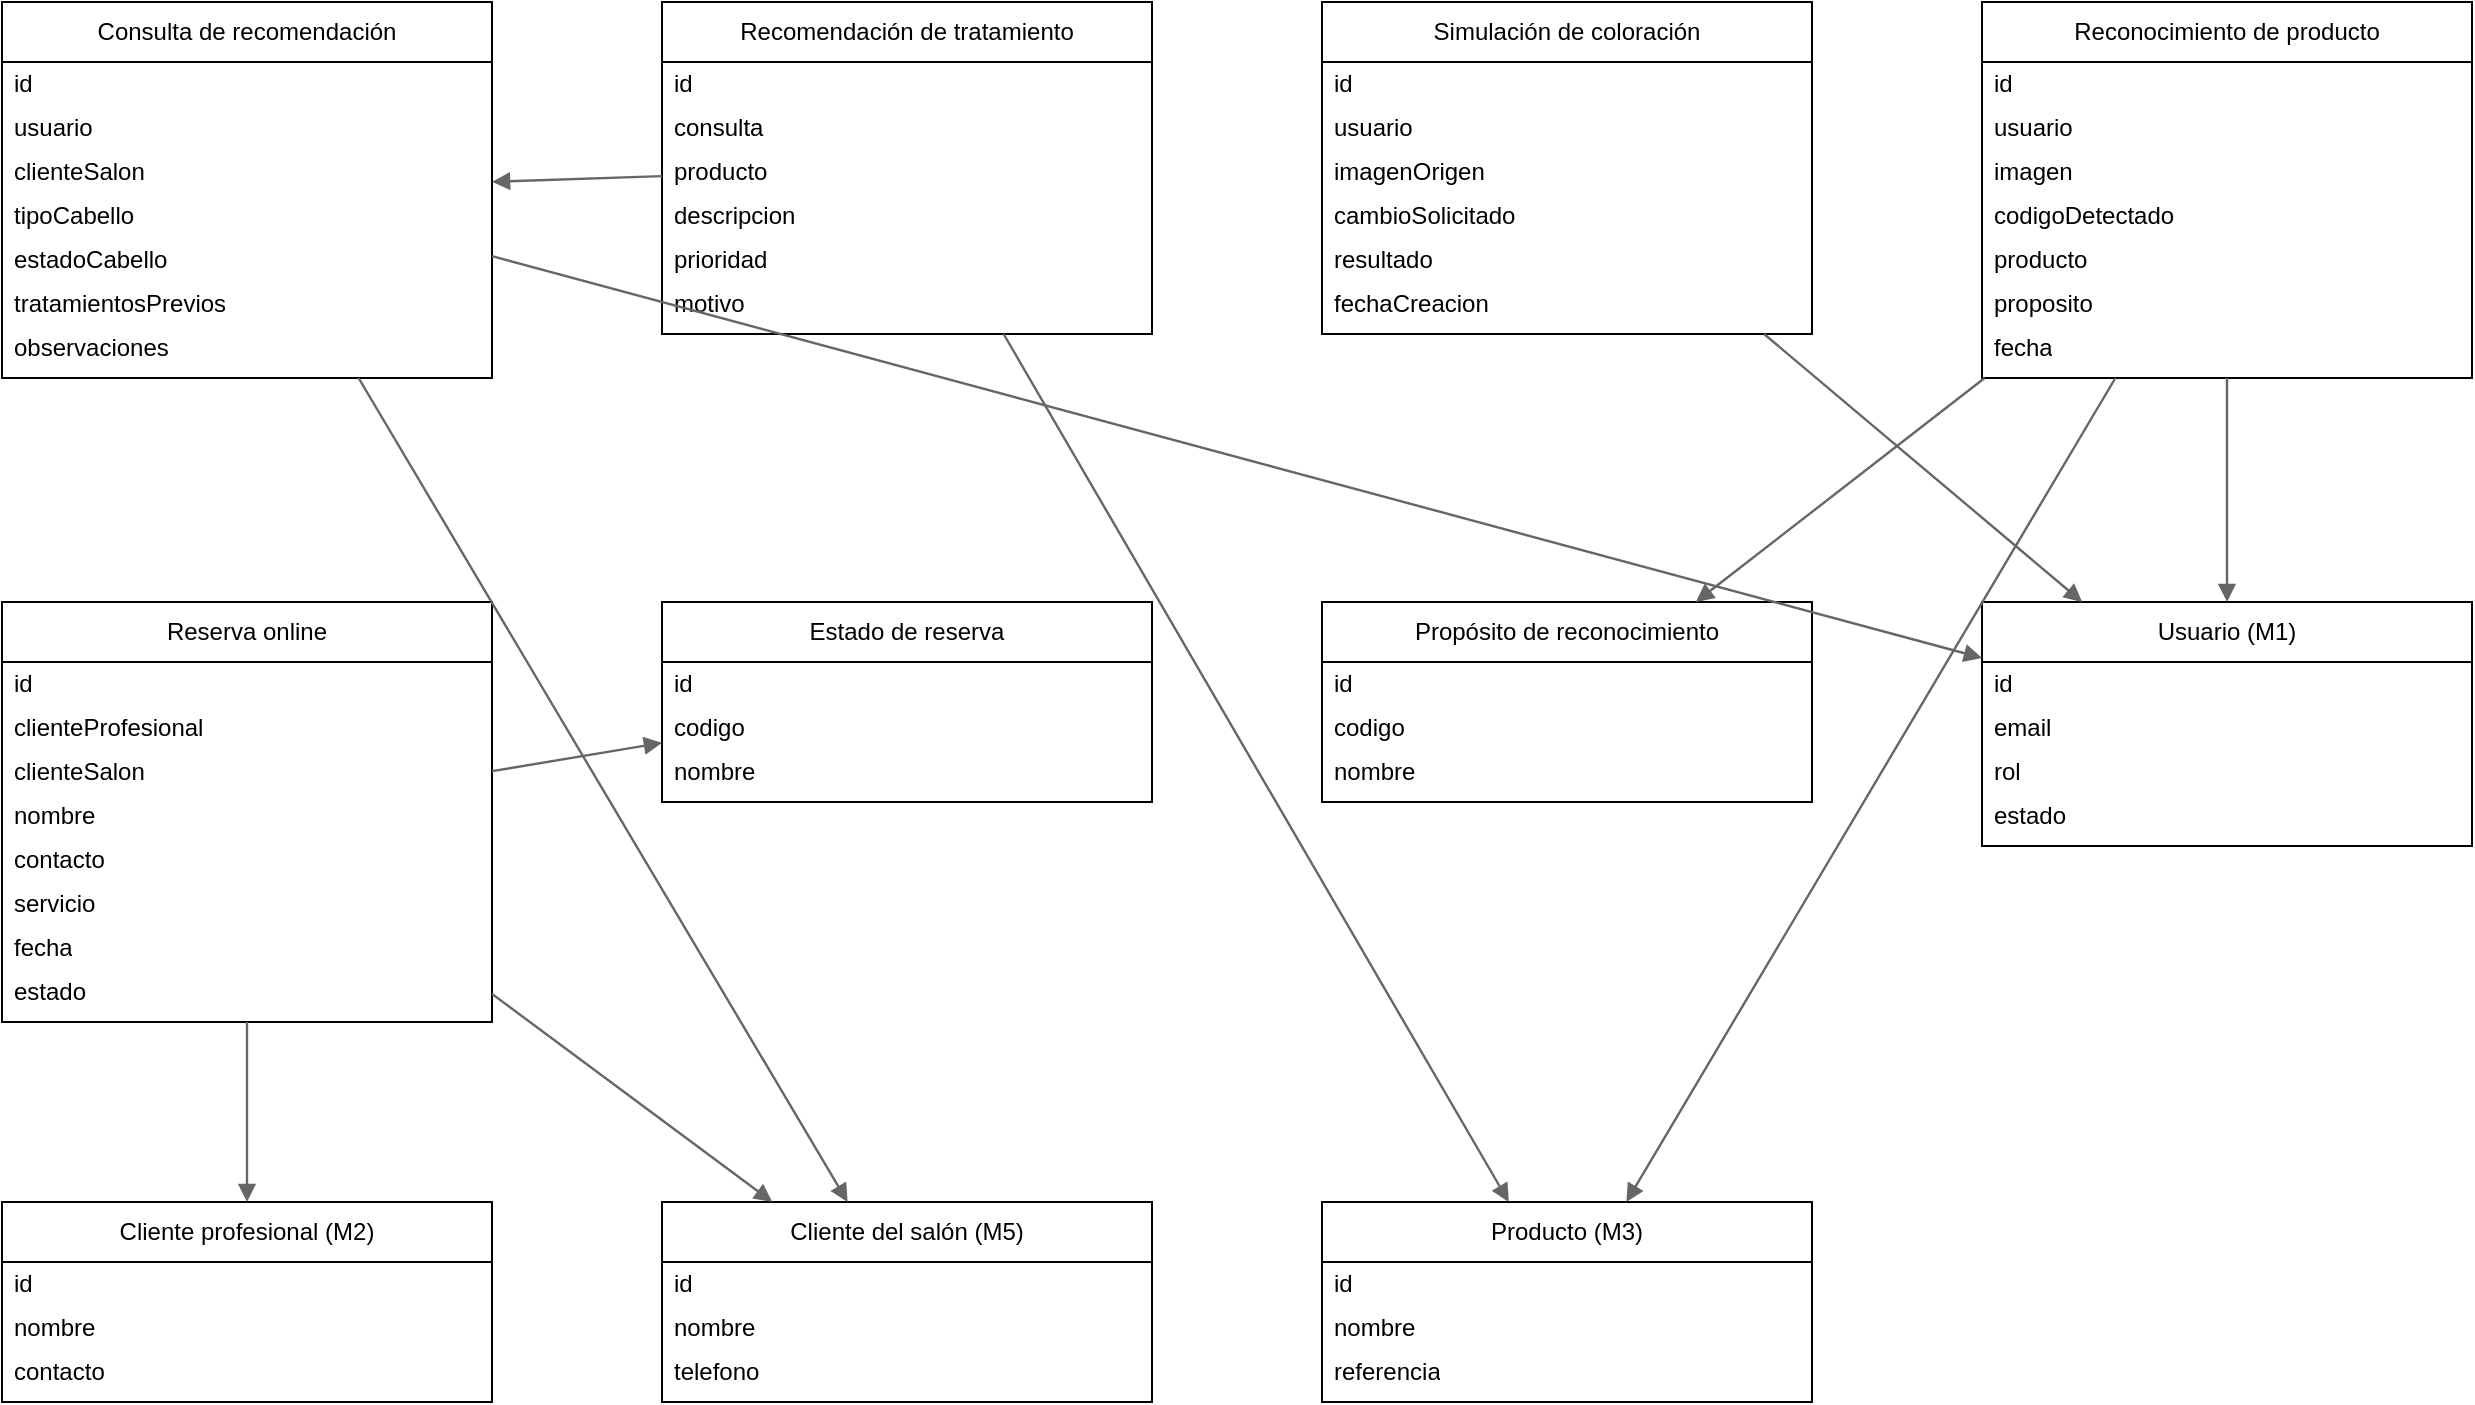
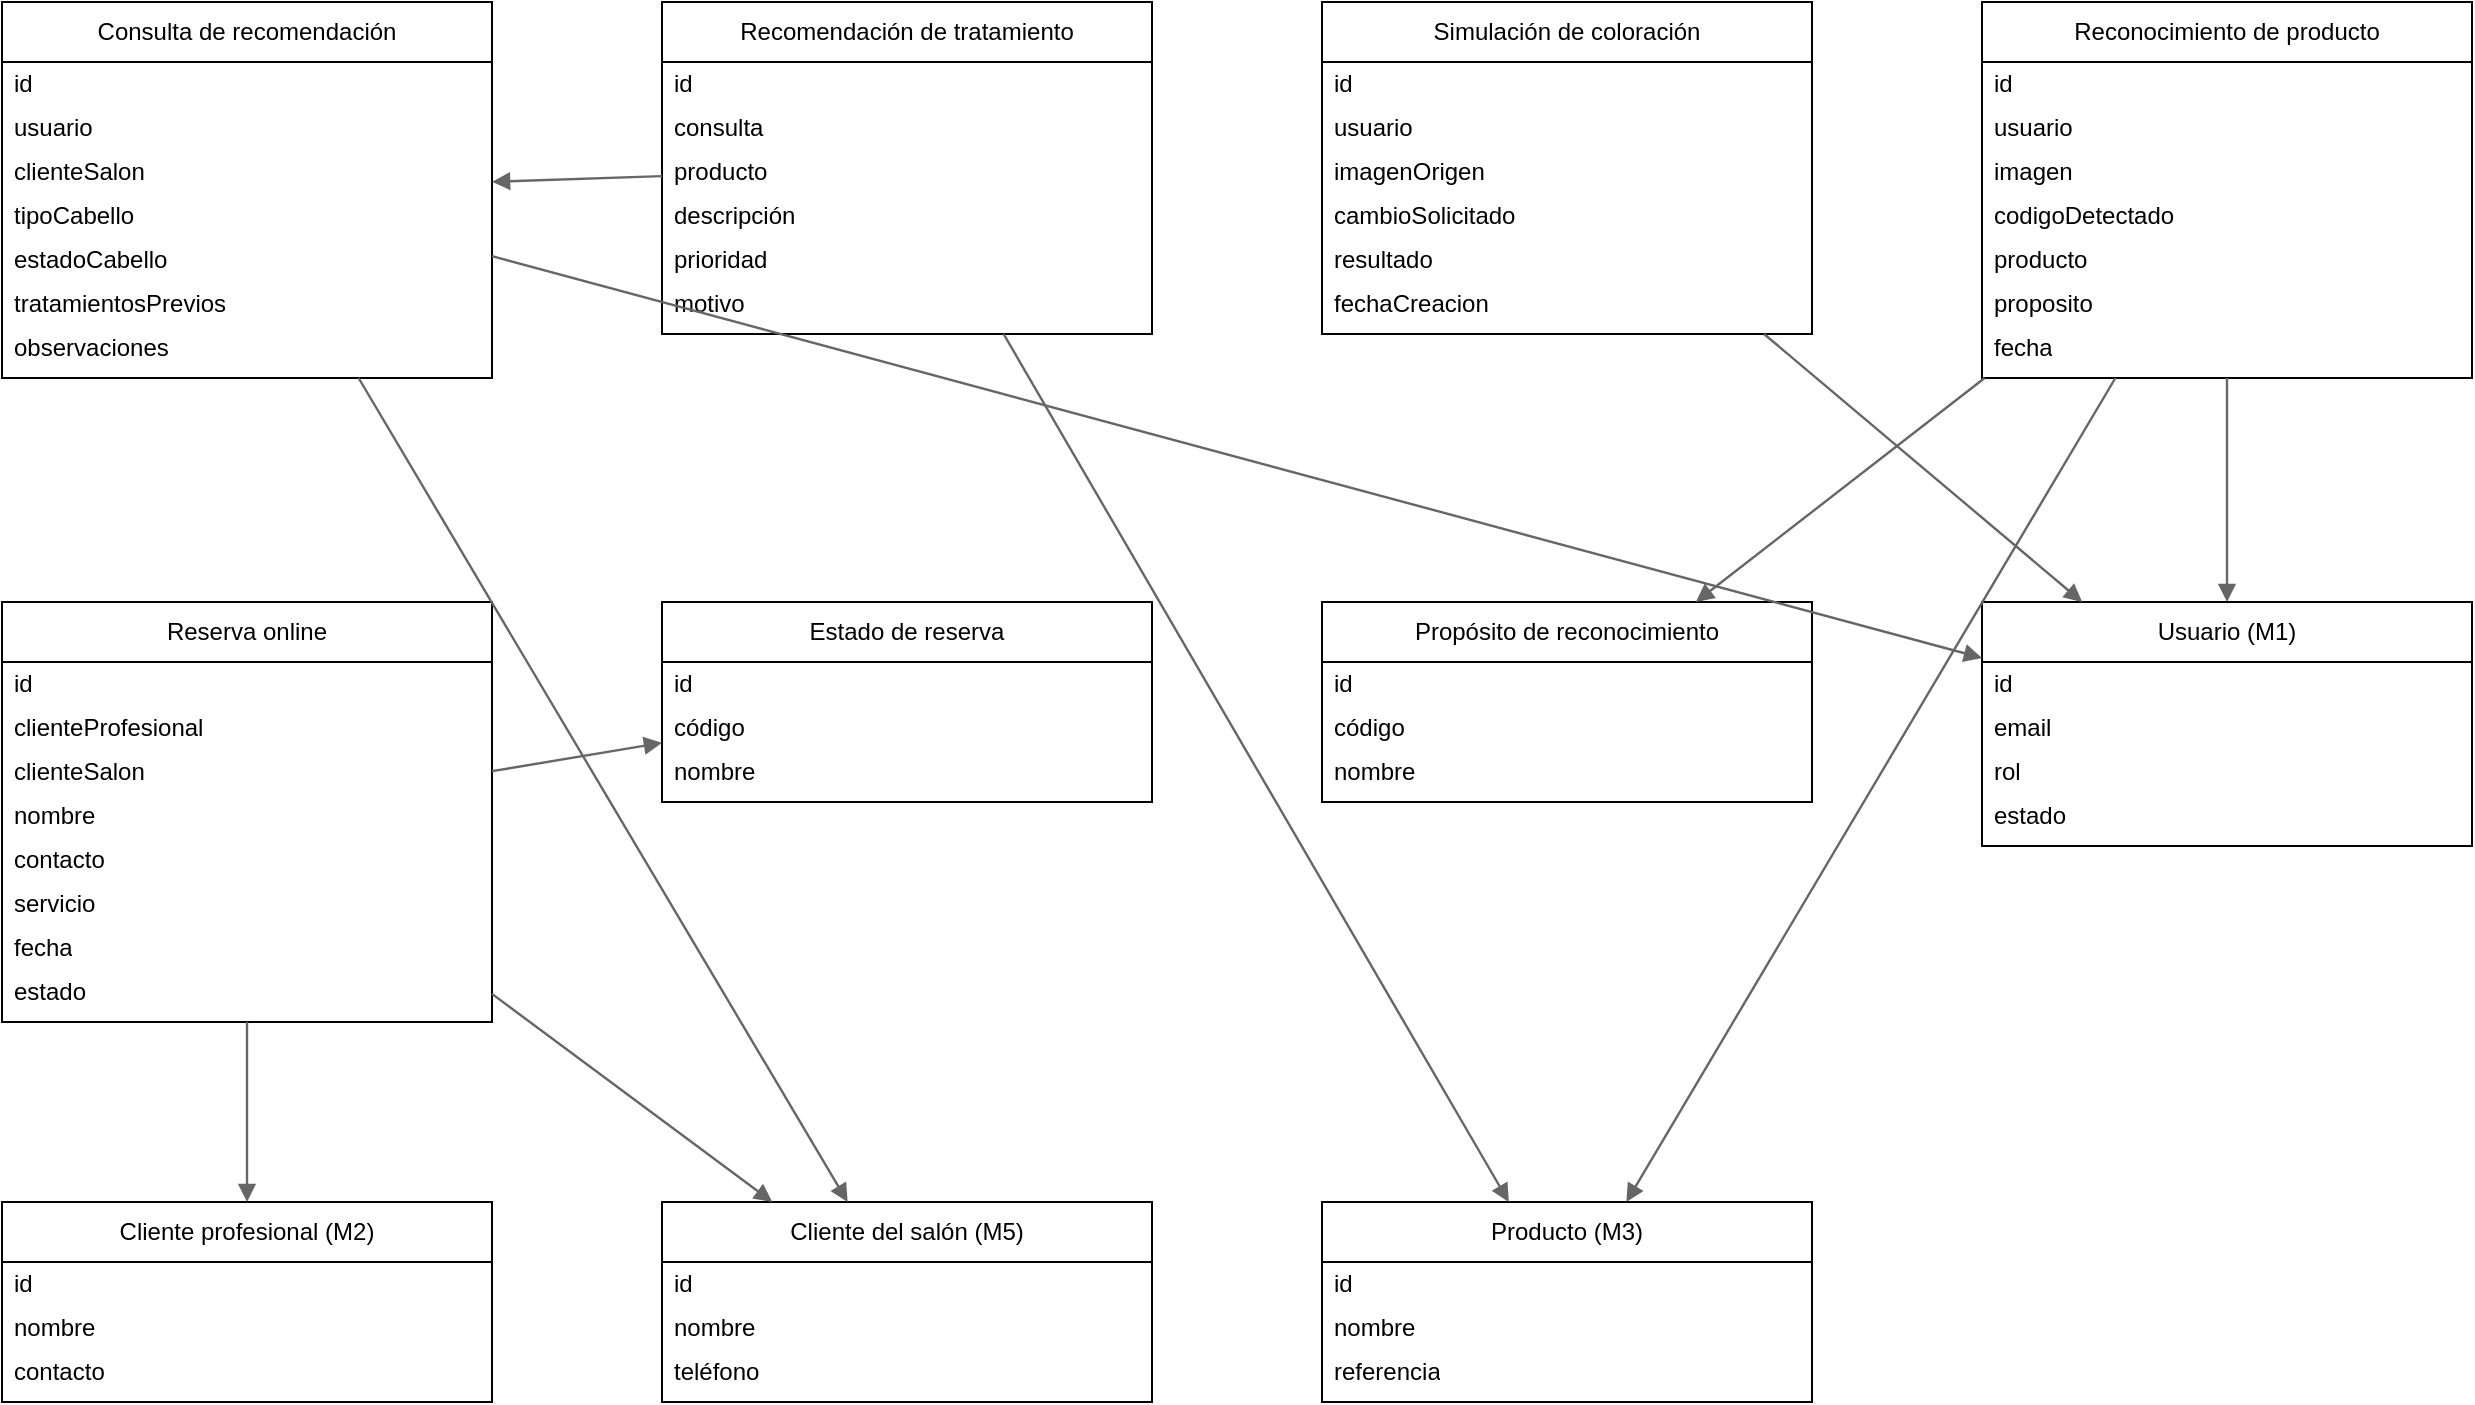
<?xml version="1.0" encoding="UTF-8"?>
<mxfile host="codex-generated">
  <diagram name="M8 - Modelo conceptual de datos" id="m8-mcd-conceptual">
    <mxGraphModel dx="1600" dy="1200" grid="1" gridSize="10" guides="1" tooltips="1" connect="1" arrows="1" fold="1" page="1" pageScale="1" pageWidth="1200" pageHeight="900" math="0" shadow="0">
      <root>
        <mxCell id="0"/>
        <mxCell id="1" parent="0"/>
        <mxCell id="entity-consulta-de-recomendacion" value="Consulta de recomendación" style="swimlane;fontStyle=0;childLayout=stackLayout;horizontal=1;startSize=30;horizontalStack=0;resizeParent=1;resizeParentMax=0;resizeLast=0;collapsible=1;marginBottom=0;whiteSpace=wrap;html=1;fontColor=#000000;" parent="1" vertex="1"><mxGeometry x="70" y="80" width="245" height="188" as="geometry"/></mxCell>
        <mxCell id="entity-consulta-de-recomendacion-a0" value="id" style="text;strokeColor=none;fillColor=none;align=left;verticalAlign=middle;spacingLeft=4;spacingRight=4;overflow=hidden;points=[[0,0.5],[1,0.5]];portConstraint=eastwest;rotatable=0;whiteSpace=wrap;html=1;fontColor=#000000;" parent="entity-consulta-de-recomendacion" vertex="1"><mxGeometry y="30" width="245" height="22" as="geometry"/></mxCell>
        <mxCell id="entity-consulta-de-recomendacion-a1" value="usuario" style="text;strokeColor=none;fillColor=none;align=left;verticalAlign=middle;spacingLeft=4;spacingRight=4;overflow=hidden;points=[[0,0.5],[1,0.5]];portConstraint=eastwest;rotatable=0;whiteSpace=wrap;html=1;fontColor=#000000;" parent="entity-consulta-de-recomendacion" vertex="1"><mxGeometry y="52" width="245" height="22" as="geometry"/></mxCell>
        <mxCell id="entity-consulta-de-recomendacion-a2" value="clienteSalon" style="text;strokeColor=none;fillColor=none;align=left;verticalAlign=middle;spacingLeft=4;spacingRight=4;overflow=hidden;points=[[0,0.5],[1,0.5]];portConstraint=eastwest;rotatable=0;whiteSpace=wrap;html=1;fontColor=#000000;" parent="entity-consulta-de-recomendacion" vertex="1"><mxGeometry y="74" width="245" height="22" as="geometry"/></mxCell>
        <mxCell id="entity-consulta-de-recomendacion-a3" value="tipoCabello" style="text;strokeColor=none;fillColor=none;align=left;verticalAlign=middle;spacingLeft=4;spacingRight=4;overflow=hidden;points=[[0,0.5],[1,0.5]];portConstraint=eastwest;rotatable=0;whiteSpace=wrap;html=1;fontColor=#000000;" parent="entity-consulta-de-recomendacion" vertex="1"><mxGeometry y="96" width="245" height="22" as="geometry"/></mxCell>
        <mxCell id="entity-consulta-de-recomendacion-a4" value="estadoCabello" style="text;strokeColor=none;fillColor=none;align=left;verticalAlign=middle;spacingLeft=4;spacingRight=4;overflow=hidden;points=[[0,0.5],[1,0.5]];portConstraint=eastwest;rotatable=0;whiteSpace=wrap;html=1;fontColor=#000000;" parent="entity-consulta-de-recomendacion" vertex="1"><mxGeometry y="118" width="245" height="22" as="geometry"/></mxCell>
        <mxCell id="entity-consulta-de-recomendacion-a5" value="tratamientosPrevios" style="text;strokeColor=none;fillColor=none;align=left;verticalAlign=middle;spacingLeft=4;spacingRight=4;overflow=hidden;points=[[0,0.5],[1,0.5]];portConstraint=eastwest;rotatable=0;whiteSpace=wrap;html=1;fontColor=#000000;" parent="entity-consulta-de-recomendacion" vertex="1"><mxGeometry y="140" width="245" height="22" as="geometry"/></mxCell>
        <mxCell id="entity-consulta-de-recomendacion-a6" value="observaciones" style="text;strokeColor=none;fillColor=none;align=left;verticalAlign=middle;spacingLeft=4;spacingRight=4;overflow=hidden;points=[[0,0.5],[1,0.5]];portConstraint=eastwest;rotatable=0;whiteSpace=wrap;html=1;fontColor=#000000;" parent="entity-consulta-de-recomendacion" vertex="1"><mxGeometry y="162" width="245" height="22" as="geometry"/></mxCell>
        <mxCell id="entity-recomendacion-de-tratamiento" value="Recomendación de tratamiento" style="swimlane;fontStyle=0;childLayout=stackLayout;horizontal=1;startSize=30;horizontalStack=0;resizeParent=1;resizeParentMax=0;resizeLast=0;collapsible=1;marginBottom=0;whiteSpace=wrap;html=1;fontColor=#000000;" parent="1" vertex="1"><mxGeometry x="400" y="80" width="245" height="166" as="geometry"/></mxCell>
        <mxCell id="entity-recomendacion-de-tratamiento-a0" value="id" style="text;strokeColor=none;fillColor=none;align=left;verticalAlign=middle;spacingLeft=4;spacingRight=4;overflow=hidden;points=[[0,0.5],[1,0.5]];portConstraint=eastwest;rotatable=0;whiteSpace=wrap;html=1;fontColor=#000000;" parent="entity-recomendacion-de-tratamiento" vertex="1"><mxGeometry y="30" width="245" height="22" as="geometry"/></mxCell>
        <mxCell id="entity-recomendacion-de-tratamiento-a1" value="consulta" style="text;strokeColor=none;fillColor=none;align=left;verticalAlign=middle;spacingLeft=4;spacingRight=4;overflow=hidden;points=[[0,0.5],[1,0.5]];portConstraint=eastwest;rotatable=0;whiteSpace=wrap;html=1;fontColor=#000000;" parent="entity-recomendacion-de-tratamiento" vertex="1"><mxGeometry y="52" width="245" height="22" as="geometry"/></mxCell>
        <mxCell id="entity-recomendacion-de-tratamiento-a2" value="producto" style="text;strokeColor=none;fillColor=none;align=left;verticalAlign=middle;spacingLeft=4;spacingRight=4;overflow=hidden;points=[[0,0.5],[1,0.5]];portConstraint=eastwest;rotatable=0;whiteSpace=wrap;html=1;fontColor=#000000;" parent="entity-recomendacion-de-tratamiento" vertex="1"><mxGeometry y="74" width="245" height="22" as="geometry"/></mxCell>
-         <mxCell id="entity-recomendacion-de-tratamiento-a3" value="descripcion" style="text;strokeColor=none;fillColor=none;align=left;verticalAlign=middle;spacingLeft=4;spacingRight=4;overflow=hidden;points=[[0,0.5],[1,0.5]];portConstraint=eastwest;rotatable=0;whiteSpace=wrap;html=1;fontColor=#000000;" parent="entity-recomendacion-de-tratamiento" vertex="1"><mxGeometry y="96" width="245" height="22" as="geometry"/></mxCell>
+         <mxCell id="entity-recomendacion-de-tratamiento-a3" value="descripción" style="text;strokeColor=none;fillColor=none;align=left;verticalAlign=middle;spacingLeft=4;spacingRight=4;overflow=hidden;points=[[0,0.5],[1,0.5]];portConstraint=eastwest;rotatable=0;whiteSpace=wrap;html=1;fontColor=#000000;" parent="entity-recomendacion-de-tratamiento" vertex="1"><mxGeometry y="96" width="245" height="22" as="geometry"/></mxCell>
        <mxCell id="entity-recomendacion-de-tratamiento-a4" value="prioridad" style="text;strokeColor=none;fillColor=none;align=left;verticalAlign=middle;spacingLeft=4;spacingRight=4;overflow=hidden;points=[[0,0.5],[1,0.5]];portConstraint=eastwest;rotatable=0;whiteSpace=wrap;html=1;fontColor=#000000;" parent="entity-recomendacion-de-tratamiento" vertex="1"><mxGeometry y="118" width="245" height="22" as="geometry"/></mxCell>
        <mxCell id="entity-recomendacion-de-tratamiento-a5" value="motivo" style="text;strokeColor=none;fillColor=none;align=left;verticalAlign=middle;spacingLeft=4;spacingRight=4;overflow=hidden;points=[[0,0.5],[1,0.5]];portConstraint=eastwest;rotatable=0;whiteSpace=wrap;html=1;fontColor=#000000;" parent="entity-recomendacion-de-tratamiento" vertex="1"><mxGeometry y="140" width="245" height="22" as="geometry"/></mxCell>
        <mxCell id="entity-simulacion-de-coloracion" value="Simulación de coloración" style="swimlane;fontStyle=0;childLayout=stackLayout;horizontal=1;startSize=30;horizontalStack=0;resizeParent=1;resizeParentMax=0;resizeLast=0;collapsible=1;marginBottom=0;whiteSpace=wrap;html=1;fontColor=#000000;" parent="1" vertex="1"><mxGeometry x="730" y="80" width="245" height="166" as="geometry"/></mxCell>
        <mxCell id="entity-simulacion-de-coloracion-a0" value="id" style="text;strokeColor=none;fillColor=none;align=left;verticalAlign=middle;spacingLeft=4;spacingRight=4;overflow=hidden;points=[[0,0.5],[1,0.5]];portConstraint=eastwest;rotatable=0;whiteSpace=wrap;html=1;fontColor=#000000;" parent="entity-simulacion-de-coloracion" vertex="1"><mxGeometry y="30" width="245" height="22" as="geometry"/></mxCell>
        <mxCell id="entity-simulacion-de-coloracion-a1" value="usuario" style="text;strokeColor=none;fillColor=none;align=left;verticalAlign=middle;spacingLeft=4;spacingRight=4;overflow=hidden;points=[[0,0.5],[1,0.5]];portConstraint=eastwest;rotatable=0;whiteSpace=wrap;html=1;fontColor=#000000;" parent="entity-simulacion-de-coloracion" vertex="1"><mxGeometry y="52" width="245" height="22" as="geometry"/></mxCell>
        <mxCell id="entity-simulacion-de-coloracion-a2" value="imagenOrigen" style="text;strokeColor=none;fillColor=none;align=left;verticalAlign=middle;spacingLeft=4;spacingRight=4;overflow=hidden;points=[[0,0.5],[1,0.5]];portConstraint=eastwest;rotatable=0;whiteSpace=wrap;html=1;fontColor=#000000;" parent="entity-simulacion-de-coloracion" vertex="1"><mxGeometry y="74" width="245" height="22" as="geometry"/></mxCell>
        <mxCell id="entity-simulacion-de-coloracion-a3" value="cambioSolicitado" style="text;strokeColor=none;fillColor=none;align=left;verticalAlign=middle;spacingLeft=4;spacingRight=4;overflow=hidden;points=[[0,0.5],[1,0.5]];portConstraint=eastwest;rotatable=0;whiteSpace=wrap;html=1;fontColor=#000000;" parent="entity-simulacion-de-coloracion" vertex="1"><mxGeometry y="96" width="245" height="22" as="geometry"/></mxCell>
        <mxCell id="entity-simulacion-de-coloracion-a4" value="resultado" style="text;strokeColor=none;fillColor=none;align=left;verticalAlign=middle;spacingLeft=4;spacingRight=4;overflow=hidden;points=[[0,0.5],[1,0.5]];portConstraint=eastwest;rotatable=0;whiteSpace=wrap;html=1;fontColor=#000000;" parent="entity-simulacion-de-coloracion" vertex="1"><mxGeometry y="118" width="245" height="22" as="geometry"/></mxCell>
        <mxCell id="entity-simulacion-de-coloracion-a5" value="fechaCreacion" style="text;strokeColor=none;fillColor=none;align=left;verticalAlign=middle;spacingLeft=4;spacingRight=4;overflow=hidden;points=[[0,0.5],[1,0.5]];portConstraint=eastwest;rotatable=0;whiteSpace=wrap;html=1;fontColor=#000000;" parent="entity-simulacion-de-coloracion" vertex="1"><mxGeometry y="140" width="245" height="22" as="geometry"/></mxCell>
        <mxCell id="entity-reconocimiento-de-producto" value="Reconocimiento de producto" style="swimlane;fontStyle=0;childLayout=stackLayout;horizontal=1;startSize=30;horizontalStack=0;resizeParent=1;resizeParentMax=0;resizeLast=0;collapsible=1;marginBottom=0;whiteSpace=wrap;html=1;fontColor=#000000;" parent="1" vertex="1"><mxGeometry x="1060" y="80" width="245" height="188" as="geometry"/></mxCell>
        <mxCell id="entity-reconocimiento-de-producto-a0" value="id" style="text;strokeColor=none;fillColor=none;align=left;verticalAlign=middle;spacingLeft=4;spacingRight=4;overflow=hidden;points=[[0,0.5],[1,0.5]];portConstraint=eastwest;rotatable=0;whiteSpace=wrap;html=1;fontColor=#000000;" parent="entity-reconocimiento-de-producto" vertex="1"><mxGeometry y="30" width="245" height="22" as="geometry"/></mxCell>
        <mxCell id="entity-reconocimiento-de-producto-a1" value="usuario" style="text;strokeColor=none;fillColor=none;align=left;verticalAlign=middle;spacingLeft=4;spacingRight=4;overflow=hidden;points=[[0,0.5],[1,0.5]];portConstraint=eastwest;rotatable=0;whiteSpace=wrap;html=1;fontColor=#000000;" parent="entity-reconocimiento-de-producto" vertex="1"><mxGeometry y="52" width="245" height="22" as="geometry"/></mxCell>
        <mxCell id="entity-reconocimiento-de-producto-a2" value="imagen" style="text;strokeColor=none;fillColor=none;align=left;verticalAlign=middle;spacingLeft=4;spacingRight=4;overflow=hidden;points=[[0,0.5],[1,0.5]];portConstraint=eastwest;rotatable=0;whiteSpace=wrap;html=1;fontColor=#000000;" parent="entity-reconocimiento-de-producto" vertex="1"><mxGeometry y="74" width="245" height="22" as="geometry"/></mxCell>
        <mxCell id="entity-reconocimiento-de-producto-a3" value="codigoDetectado" style="text;strokeColor=none;fillColor=none;align=left;verticalAlign=middle;spacingLeft=4;spacingRight=4;overflow=hidden;points=[[0,0.5],[1,0.5]];portConstraint=eastwest;rotatable=0;whiteSpace=wrap;html=1;fontColor=#000000;" parent="entity-reconocimiento-de-producto" vertex="1"><mxGeometry y="96" width="245" height="22" as="geometry"/></mxCell>
        <mxCell id="entity-reconocimiento-de-producto-a4" value="producto" style="text;strokeColor=none;fillColor=none;align=left;verticalAlign=middle;spacingLeft=4;spacingRight=4;overflow=hidden;points=[[0,0.5],[1,0.5]];portConstraint=eastwest;rotatable=0;whiteSpace=wrap;html=1;fontColor=#000000;" parent="entity-reconocimiento-de-producto" vertex="1"><mxGeometry y="118" width="245" height="22" as="geometry"/></mxCell>
        <mxCell id="entity-reconocimiento-de-producto-a5" value="proposito" style="text;strokeColor=none;fillColor=none;align=left;verticalAlign=middle;spacingLeft=4;spacingRight=4;overflow=hidden;points=[[0,0.5],[1,0.5]];portConstraint=eastwest;rotatable=0;whiteSpace=wrap;html=1;fontColor=#000000;" parent="entity-reconocimiento-de-producto" vertex="1"><mxGeometry y="140" width="245" height="22" as="geometry"/></mxCell>
        <mxCell id="entity-reconocimiento-de-producto-a6" value="fecha" style="text;strokeColor=none;fillColor=none;align=left;verticalAlign=middle;spacingLeft=4;spacingRight=4;overflow=hidden;points=[[0,0.5],[1,0.5]];portConstraint=eastwest;rotatable=0;whiteSpace=wrap;html=1;fontColor=#000000;" parent="entity-reconocimiento-de-producto" vertex="1"><mxGeometry y="162" width="245" height="22" as="geometry"/></mxCell>
        <mxCell id="entity-reserva-online" value="Reserva online" style="swimlane;fontStyle=0;childLayout=stackLayout;horizontal=1;startSize=30;horizontalStack=0;resizeParent=1;resizeParentMax=0;resizeLast=0;collapsible=1;marginBottom=0;whiteSpace=wrap;html=1;fontColor=#000000;" parent="1" vertex="1"><mxGeometry x="70" y="380" width="245" height="210" as="geometry"/></mxCell>
        <mxCell id="entity-reserva-online-a0" value="id" style="text;strokeColor=none;fillColor=none;align=left;verticalAlign=middle;spacingLeft=4;spacingRight=4;overflow=hidden;points=[[0,0.5],[1,0.5]];portConstraint=eastwest;rotatable=0;whiteSpace=wrap;html=1;fontColor=#000000;" parent="entity-reserva-online" vertex="1"><mxGeometry y="30" width="245" height="22" as="geometry"/></mxCell>
        <mxCell id="entity-reserva-online-a1" value="clienteProfesional" style="text;strokeColor=none;fillColor=none;align=left;verticalAlign=middle;spacingLeft=4;spacingRight=4;overflow=hidden;points=[[0,0.5],[1,0.5]];portConstraint=eastwest;rotatable=0;whiteSpace=wrap;html=1;fontColor=#000000;" parent="entity-reserva-online" vertex="1"><mxGeometry y="52" width="245" height="22" as="geometry"/></mxCell>
        <mxCell id="entity-reserva-online-a2" value="clienteSalon" style="text;strokeColor=none;fillColor=none;align=left;verticalAlign=middle;spacingLeft=4;spacingRight=4;overflow=hidden;points=[[0,0.5],[1,0.5]];portConstraint=eastwest;rotatable=0;whiteSpace=wrap;html=1;fontColor=#000000;" parent="entity-reserva-online" vertex="1"><mxGeometry y="74" width="245" height="22" as="geometry"/></mxCell>
        <mxCell id="entity-reserva-online-a3" value="nombre" style="text;strokeColor=none;fillColor=none;align=left;verticalAlign=middle;spacingLeft=4;spacingRight=4;overflow=hidden;points=[[0,0.5],[1,0.5]];portConstraint=eastwest;rotatable=0;whiteSpace=wrap;html=1;fontColor=#000000;" parent="entity-reserva-online" vertex="1"><mxGeometry y="96" width="245" height="22" as="geometry"/></mxCell>
        <mxCell id="entity-reserva-online-a4" value="contacto" style="text;strokeColor=none;fillColor=none;align=left;verticalAlign=middle;spacingLeft=4;spacingRight=4;overflow=hidden;points=[[0,0.5],[1,0.5]];portConstraint=eastwest;rotatable=0;whiteSpace=wrap;html=1;fontColor=#000000;" parent="entity-reserva-online" vertex="1"><mxGeometry y="118" width="245" height="22" as="geometry"/></mxCell>
        <mxCell id="entity-reserva-online-a5" value="servicio" style="text;strokeColor=none;fillColor=none;align=left;verticalAlign=middle;spacingLeft=4;spacingRight=4;overflow=hidden;points=[[0,0.5],[1,0.5]];portConstraint=eastwest;rotatable=0;whiteSpace=wrap;html=1;fontColor=#000000;" parent="entity-reserva-online" vertex="1"><mxGeometry y="140" width="245" height="22" as="geometry"/></mxCell>
        <mxCell id="entity-reserva-online-a6" value="fecha" style="text;strokeColor=none;fillColor=none;align=left;verticalAlign=middle;spacingLeft=4;spacingRight=4;overflow=hidden;points=[[0,0.5],[1,0.5]];portConstraint=eastwest;rotatable=0;whiteSpace=wrap;html=1;fontColor=#000000;" parent="entity-reserva-online" vertex="1"><mxGeometry y="162" width="245" height="22" as="geometry"/></mxCell>
        <mxCell id="entity-reserva-online-a7" value="estado" style="text;strokeColor=none;fillColor=none;align=left;verticalAlign=middle;spacingLeft=4;spacingRight=4;overflow=hidden;points=[[0,0.5],[1,0.5]];portConstraint=eastwest;rotatable=0;whiteSpace=wrap;html=1;fontColor=#000000;" parent="entity-reserva-online" vertex="1"><mxGeometry y="184" width="245" height="22" as="geometry"/></mxCell>
        <mxCell id="entity-estado-de-reserva" value="Estado de reserva" style="swimlane;fontStyle=0;childLayout=stackLayout;horizontal=1;startSize=30;horizontalStack=0;resizeParent=1;resizeParentMax=0;resizeLast=0;collapsible=1;marginBottom=0;whiteSpace=wrap;html=1;fontColor=#000000;" parent="1" vertex="1"><mxGeometry x="400" y="380" width="245" height="100" as="geometry"/></mxCell>
        <mxCell id="entity-estado-de-reserva-a0" value="id" style="text;strokeColor=none;fillColor=none;align=left;verticalAlign=middle;spacingLeft=4;spacingRight=4;overflow=hidden;points=[[0,0.5],[1,0.5]];portConstraint=eastwest;rotatable=0;whiteSpace=wrap;html=1;fontColor=#000000;" parent="entity-estado-de-reserva" vertex="1"><mxGeometry y="30" width="245" height="22" as="geometry"/></mxCell>
-         <mxCell id="entity-estado-de-reserva-a1" value="codigo" style="text;strokeColor=none;fillColor=none;align=left;verticalAlign=middle;spacingLeft=4;spacingRight=4;overflow=hidden;points=[[0,0.5],[1,0.5]];portConstraint=eastwest;rotatable=0;whiteSpace=wrap;html=1;fontColor=#000000;" parent="entity-estado-de-reserva" vertex="1"><mxGeometry y="52" width="245" height="22" as="geometry"/></mxCell>
+         <mxCell id="entity-estado-de-reserva-a1" value="código" style="text;strokeColor=none;fillColor=none;align=left;verticalAlign=middle;spacingLeft=4;spacingRight=4;overflow=hidden;points=[[0,0.5],[1,0.5]];portConstraint=eastwest;rotatable=0;whiteSpace=wrap;html=1;fontColor=#000000;" parent="entity-estado-de-reserva" vertex="1"><mxGeometry y="52" width="245" height="22" as="geometry"/></mxCell>
        <mxCell id="entity-estado-de-reserva-a2" value="nombre" style="text;strokeColor=none;fillColor=none;align=left;verticalAlign=middle;spacingLeft=4;spacingRight=4;overflow=hidden;points=[[0,0.5],[1,0.5]];portConstraint=eastwest;rotatable=0;whiteSpace=wrap;html=1;fontColor=#000000;" parent="entity-estado-de-reserva" vertex="1"><mxGeometry y="74" width="245" height="22" as="geometry"/></mxCell>
        <mxCell id="entity-proposito-de-reconocimiento" value="Propósito de reconocimiento" style="swimlane;fontStyle=0;childLayout=stackLayout;horizontal=1;startSize=30;horizontalStack=0;resizeParent=1;resizeParentMax=0;resizeLast=0;collapsible=1;marginBottom=0;whiteSpace=wrap;html=1;fontColor=#000000;" parent="1" vertex="1"><mxGeometry x="730" y="380" width="245" height="100" as="geometry"/></mxCell>
        <mxCell id="entity-proposito-de-reconocimiento-a0" value="id" style="text;strokeColor=none;fillColor=none;align=left;verticalAlign=middle;spacingLeft=4;spacingRight=4;overflow=hidden;points=[[0,0.5],[1,0.5]];portConstraint=eastwest;rotatable=0;whiteSpace=wrap;html=1;fontColor=#000000;" parent="entity-proposito-de-reconocimiento" vertex="1"><mxGeometry y="30" width="245" height="22" as="geometry"/></mxCell>
-         <mxCell id="entity-proposito-de-reconocimiento-a1" value="codigo" style="text;strokeColor=none;fillColor=none;align=left;verticalAlign=middle;spacingLeft=4;spacingRight=4;overflow=hidden;points=[[0,0.5],[1,0.5]];portConstraint=eastwest;rotatable=0;whiteSpace=wrap;html=1;fontColor=#000000;" parent="entity-proposito-de-reconocimiento" vertex="1"><mxGeometry y="52" width="245" height="22" as="geometry"/></mxCell>
+         <mxCell id="entity-proposito-de-reconocimiento-a1" value="código" style="text;strokeColor=none;fillColor=none;align=left;verticalAlign=middle;spacingLeft=4;spacingRight=4;overflow=hidden;points=[[0,0.5],[1,0.5]];portConstraint=eastwest;rotatable=0;whiteSpace=wrap;html=1;fontColor=#000000;" parent="entity-proposito-de-reconocimiento" vertex="1"><mxGeometry y="52" width="245" height="22" as="geometry"/></mxCell>
        <mxCell id="entity-proposito-de-reconocimiento-a2" value="nombre" style="text;strokeColor=none;fillColor=none;align=left;verticalAlign=middle;spacingLeft=4;spacingRight=4;overflow=hidden;points=[[0,0.5],[1,0.5]];portConstraint=eastwest;rotatable=0;whiteSpace=wrap;html=1;fontColor=#000000;" parent="entity-proposito-de-reconocimiento" vertex="1"><mxGeometry y="74" width="245" height="22" as="geometry"/></mxCell>
        <mxCell id="entity-usuario-m1" value="Usuario (M1)" style="swimlane;fontStyle=0;childLayout=stackLayout;horizontal=1;startSize=30;horizontalStack=0;resizeParent=1;resizeParentMax=0;resizeLast=0;collapsible=1;marginBottom=0;whiteSpace=wrap;html=1;fontColor=#000000;" parent="1" vertex="1"><mxGeometry x="1060" y="380" width="245" height="122" as="geometry"/></mxCell>
        <mxCell id="entity-usuario-m1-a0" value="id" style="text;strokeColor=none;fillColor=none;align=left;verticalAlign=middle;spacingLeft=4;spacingRight=4;overflow=hidden;points=[[0,0.5],[1,0.5]];portConstraint=eastwest;rotatable=0;whiteSpace=wrap;html=1;fontColor=#000000;" parent="entity-usuario-m1" vertex="1"><mxGeometry y="30" width="245" height="22" as="geometry"/></mxCell>
        <mxCell id="entity-usuario-m1-a1" value="email" style="text;strokeColor=none;fillColor=none;align=left;verticalAlign=middle;spacingLeft=4;spacingRight=4;overflow=hidden;points=[[0,0.5],[1,0.5]];portConstraint=eastwest;rotatable=0;whiteSpace=wrap;html=1;fontColor=#000000;" parent="entity-usuario-m1" vertex="1"><mxGeometry y="52" width="245" height="22" as="geometry"/></mxCell>
        <mxCell id="entity-usuario-m1-a2" value="rol" style="text;strokeColor=none;fillColor=none;align=left;verticalAlign=middle;spacingLeft=4;spacingRight=4;overflow=hidden;points=[[0,0.5],[1,0.5]];portConstraint=eastwest;rotatable=0;whiteSpace=wrap;html=1;fontColor=#000000;" parent="entity-usuario-m1" vertex="1"><mxGeometry y="74" width="245" height="22" as="geometry"/></mxCell>
        <mxCell id="entity-usuario-m1-a3" value="estado" style="text;strokeColor=none;fillColor=none;align=left;verticalAlign=middle;spacingLeft=4;spacingRight=4;overflow=hidden;points=[[0,0.5],[1,0.5]];portConstraint=eastwest;rotatable=0;whiteSpace=wrap;html=1;fontColor=#000000;" parent="entity-usuario-m1" vertex="1"><mxGeometry y="96" width="245" height="22" as="geometry"/></mxCell>
        <mxCell id="entity-cliente-profesional-m2" value="Cliente profesional (M2)" style="swimlane;fontStyle=0;childLayout=stackLayout;horizontal=1;startSize=30;horizontalStack=0;resizeParent=1;resizeParentMax=0;resizeLast=0;collapsible=1;marginBottom=0;whiteSpace=wrap;html=1;fontColor=#000000;" parent="1" vertex="1"><mxGeometry x="70" y="680" width="245" height="100" as="geometry"/></mxCell>
        <mxCell id="entity-cliente-profesional-m2-a0" value="id" style="text;strokeColor=none;fillColor=none;align=left;verticalAlign=middle;spacingLeft=4;spacingRight=4;overflow=hidden;points=[[0,0.5],[1,0.5]];portConstraint=eastwest;rotatable=0;whiteSpace=wrap;html=1;fontColor=#000000;" parent="entity-cliente-profesional-m2" vertex="1"><mxGeometry y="30" width="245" height="22" as="geometry"/></mxCell>
        <mxCell id="entity-cliente-profesional-m2-a1" value="nombre" style="text;strokeColor=none;fillColor=none;align=left;verticalAlign=middle;spacingLeft=4;spacingRight=4;overflow=hidden;points=[[0,0.5],[1,0.5]];portConstraint=eastwest;rotatable=0;whiteSpace=wrap;html=1;fontColor=#000000;" parent="entity-cliente-profesional-m2" vertex="1"><mxGeometry y="52" width="245" height="22" as="geometry"/></mxCell>
        <mxCell id="entity-cliente-profesional-m2-a2" value="contacto" style="text;strokeColor=none;fillColor=none;align=left;verticalAlign=middle;spacingLeft=4;spacingRight=4;overflow=hidden;points=[[0,0.5],[1,0.5]];portConstraint=eastwest;rotatable=0;whiteSpace=wrap;html=1;fontColor=#000000;" parent="entity-cliente-profesional-m2" vertex="1"><mxGeometry y="74" width="245" height="22" as="geometry"/></mxCell>
        <mxCell id="entity-cliente-del-salon-m5" value="Cliente del salón (M5)" style="swimlane;fontStyle=0;childLayout=stackLayout;horizontal=1;startSize=30;horizontalStack=0;resizeParent=1;resizeParentMax=0;resizeLast=0;collapsible=1;marginBottom=0;whiteSpace=wrap;html=1;fontColor=#000000;" parent="1" vertex="1"><mxGeometry x="400" y="680" width="245" height="100" as="geometry"/></mxCell>
        <mxCell id="entity-cliente-del-salon-m5-a0" value="id" style="text;strokeColor=none;fillColor=none;align=left;verticalAlign=middle;spacingLeft=4;spacingRight=4;overflow=hidden;points=[[0,0.5],[1,0.5]];portConstraint=eastwest;rotatable=0;whiteSpace=wrap;html=1;fontColor=#000000;" parent="entity-cliente-del-salon-m5" vertex="1"><mxGeometry y="30" width="245" height="22" as="geometry"/></mxCell>
        <mxCell id="entity-cliente-del-salon-m5-a1" value="nombre" style="text;strokeColor=none;fillColor=none;align=left;verticalAlign=middle;spacingLeft=4;spacingRight=4;overflow=hidden;points=[[0,0.5],[1,0.5]];portConstraint=eastwest;rotatable=0;whiteSpace=wrap;html=1;fontColor=#000000;" parent="entity-cliente-del-salon-m5" vertex="1"><mxGeometry y="52" width="245" height="22" as="geometry"/></mxCell>
-         <mxCell id="entity-cliente-del-salon-m5-a2" value="telefono" style="text;strokeColor=none;fillColor=none;align=left;verticalAlign=middle;spacingLeft=4;spacingRight=4;overflow=hidden;points=[[0,0.5],[1,0.5]];portConstraint=eastwest;rotatable=0;whiteSpace=wrap;html=1;fontColor=#000000;" parent="entity-cliente-del-salon-m5" vertex="1"><mxGeometry y="74" width="245" height="22" as="geometry"/></mxCell>
+         <mxCell id="entity-cliente-del-salon-m5-a2" value="teléfono" style="text;strokeColor=none;fillColor=none;align=left;verticalAlign=middle;spacingLeft=4;spacingRight=4;overflow=hidden;points=[[0,0.5],[1,0.5]];portConstraint=eastwest;rotatable=0;whiteSpace=wrap;html=1;fontColor=#000000;" parent="entity-cliente-del-salon-m5" vertex="1"><mxGeometry y="74" width="245" height="22" as="geometry"/></mxCell>
        <mxCell id="entity-producto-m3" value="Producto (M3)" style="swimlane;fontStyle=0;childLayout=stackLayout;horizontal=1;startSize=30;horizontalStack=0;resizeParent=1;resizeParentMax=0;resizeLast=0;collapsible=1;marginBottom=0;whiteSpace=wrap;html=1;fontColor=#000000;" parent="1" vertex="1"><mxGeometry x="730" y="680" width="245" height="100" as="geometry"/></mxCell>
        <mxCell id="entity-producto-m3-a0" value="id" style="text;strokeColor=none;fillColor=none;align=left;verticalAlign=middle;spacingLeft=4;spacingRight=4;overflow=hidden;points=[[0,0.5],[1,0.5]];portConstraint=eastwest;rotatable=0;whiteSpace=wrap;html=1;fontColor=#000000;" parent="entity-producto-m3" vertex="1"><mxGeometry y="30" width="245" height="22" as="geometry"/></mxCell>
        <mxCell id="entity-producto-m3-a1" value="nombre" style="text;strokeColor=none;fillColor=none;align=left;verticalAlign=middle;spacingLeft=4;spacingRight=4;overflow=hidden;points=[[0,0.5],[1,0.5]];portConstraint=eastwest;rotatable=0;whiteSpace=wrap;html=1;fontColor=#000000;" parent="entity-producto-m3" vertex="1"><mxGeometry y="52" width="245" height="22" as="geometry"/></mxCell>
        <mxCell id="entity-producto-m3-a2" value="referencia" style="text;strokeColor=none;fillColor=none;align=left;verticalAlign=middle;spacingLeft=4;spacingRight=4;overflow=hidden;points=[[0,0.5],[1,0.5]];portConstraint=eastwest;rotatable=0;whiteSpace=wrap;html=1;fontColor=#000000;" parent="entity-producto-m3" vertex="1"><mxGeometry y="74" width="245" height="22" as="geometry"/></mxCell>
        <mxCell id="rel-0" value="" style="endArrow=block;html=1;rounded=0;strokeWidth=1.2;strokeColor=#666666;" parent="1" source="entity-consulta-de-recomendacion" target="entity-usuario-m1" edge="1"><mxGeometry relative="1" as="geometry"/></mxCell>
        <mxCell id="rel-1" value="" style="endArrow=block;html=1;rounded=0;strokeWidth=1.2;strokeColor=#666666;" parent="1" source="entity-consulta-de-recomendacion" target="entity-cliente-del-salon-m5" edge="1"><mxGeometry relative="1" as="geometry"/></mxCell>
        <mxCell id="rel-2" value="" style="endArrow=block;html=1;rounded=0;strokeWidth=1.2;strokeColor=#666666;" parent="1" source="entity-recomendacion-de-tratamiento" target="entity-consulta-de-recomendacion" edge="1"><mxGeometry relative="1" as="geometry"/></mxCell>
        <mxCell id="rel-3" value="" style="endArrow=block;html=1;rounded=0;strokeWidth=1.2;strokeColor=#666666;" parent="1" source="entity-recomendacion-de-tratamiento" target="entity-producto-m3" edge="1"><mxGeometry relative="1" as="geometry"/></mxCell>
        <mxCell id="rel-4" value="" style="endArrow=block;html=1;rounded=0;strokeWidth=1.2;strokeColor=#666666;" parent="1" source="entity-simulacion-de-coloracion" target="entity-usuario-m1" edge="1"><mxGeometry relative="1" as="geometry"/></mxCell>
        <mxCell id="rel-5" value="" style="endArrow=block;html=1;rounded=0;strokeWidth=1.2;strokeColor=#666666;" parent="1" source="entity-reconocimiento-de-producto" target="entity-usuario-m1" edge="1"><mxGeometry relative="1" as="geometry"/></mxCell>
        <mxCell id="rel-6" value="" style="endArrow=block;html=1;rounded=0;strokeWidth=1.2;strokeColor=#666666;" parent="1" source="entity-reconocimiento-de-producto" target="entity-producto-m3" edge="1"><mxGeometry relative="1" as="geometry"/></mxCell>
        <mxCell id="rel-7" value="" style="endArrow=block;html=1;rounded=0;strokeWidth=1.2;strokeColor=#666666;" parent="1" source="entity-reconocimiento-de-producto" target="entity-proposito-de-reconocimiento" edge="1"><mxGeometry relative="1" as="geometry"/></mxCell>
        <mxCell id="rel-8" value="" style="endArrow=block;html=1;rounded=0;strokeWidth=1.2;strokeColor=#666666;" parent="1" source="entity-reserva-online" target="entity-cliente-profesional-m2" edge="1"><mxGeometry relative="1" as="geometry"/></mxCell>
        <mxCell id="rel-9" value="" style="endArrow=block;html=1;rounded=0;strokeWidth=1.2;strokeColor=#666666;" parent="1" source="entity-reserva-online" target="entity-cliente-del-salon-m5" edge="1"><mxGeometry relative="1" as="geometry"/></mxCell>
        <mxCell id="rel-10" value="" style="endArrow=block;html=1;rounded=0;strokeWidth=1.2;strokeColor=#666666;" parent="1" source="entity-reserva-online" target="entity-estado-de-reserva" edge="1"><mxGeometry relative="1" as="geometry"/></mxCell>
      </root>
    </mxGraphModel>
  </diagram>
</mxfile>
